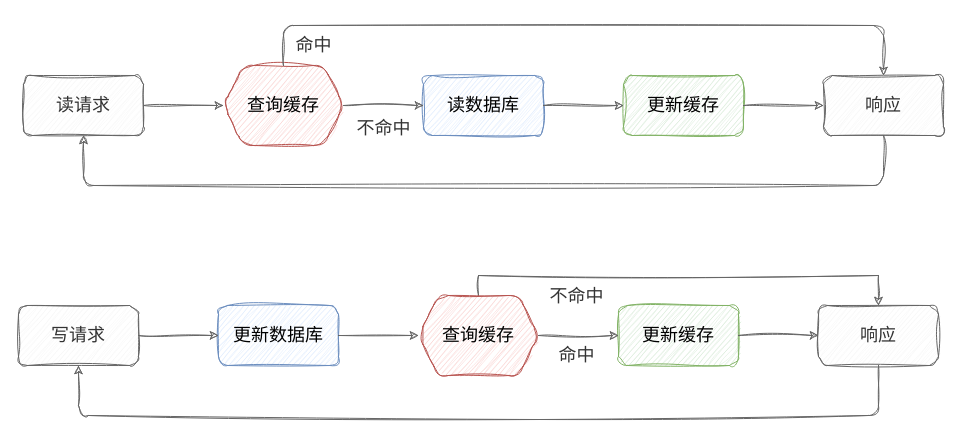
Above: page "Read/Write Through" (2 of 2) of assets/分布式/分布式存储/分布式缓存/缓存策略.drawio in dunwu/waterdrop (draw.io), before the change. Source tidied: cells renumbered, new cells numbered last; positions are measured from the earlier drawing's top-left corner, leaving out a move shared by most shapes. Both pictures are drawn from the tidied source at 100%, with x=0, y=0 at pixel (18, 25).
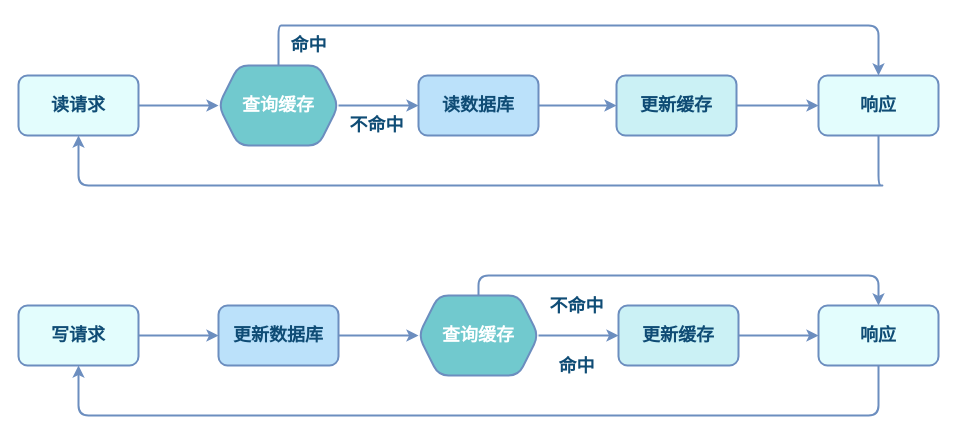
After the change.

Diff of the diagram source:
```diff
@@
-    <mxCell id="2" style="group;" parent="1" vertex="1">
-      <mxGeometry x="5" width="920" height="160" as="geometry" />
-    </mxCell>
-    <mxCell id="3" value="读请求" style="rounded=1;whiteSpace=wrap;html=1;sketch=1;hachureGap=4;jiggle=2;curveFitting=1;fontFamily=Comic Sans MS;fontSize=18;fillColor=#f5f5f5;fontColor=#333333;strokeColor=#666666;" parent="2" vertex="1">
+    <mxCell id="3" value="读请求" style="rounded=1;whiteSpace=wrap;html=1;hachureGap=4;fontFamily=Comic Sans MS;fontSize=18;fillColor=#E3FDFD;fontColor=#0F4C75;strokeColor=#6C8EBF;fontStyle=1;strokeWidth=2;" parent="1" vertex="1">
       <mxGeometry y="50" width="120" height="60" as="geometry" />
     </mxCell>
-    <mxCell id="4" value="查询缓存" style="shape=hexagon;perimeter=hexagonPerimeter2;whiteSpace=wrap;html=1;fixedSize=1;rounded=1;sketch=1;hachureGap=4;jiggle=2;curveFitting=1;strokeColor=#b85450;align=center;verticalAlign=middle;fontFamily=Comic Sans MS;fontSize=18;fillColor=#f8cecc;" parent="2" vertex="1">
+    <mxCell id="4" value="查询缓存" style="shape=hexagon;perimeter=hexagonPerimeter2;whiteSpace=wrap;html=1;fixedSize=1;rounded=1;hachureGap=4;strokeColor=#6C8EBF;align=center;verticalAlign=middle;fontFamily=Comic Sans MS;fontSize=18;fillColor=#71C9CE;fontColor=#FFFFFF;fontStyle=1;strokeWidth=2;" parent="1" vertex="1">
       <mxGeometry x="200" y="40" width="120" height="80" as="geometry" />
     </mxCell>
-    <mxCell id="5" style="edgeStyle=orthogonalEdgeStyle;rounded=0;sketch=1;hachureGap=4;jiggle=2;curveFitting=1;jettySize=auto;html=1;fontFamily=Comic Sans MS;fontSize=18;fontColor=#333333;fillColor=#f5f5f5;strokeColor=#666666;" parent="2" edge="1" source="3" target="4">
+    <mxCell id="5" style="edgeStyle=orthogonalEdgeStyle;rounded=0;hachureGap=4;jettySize=auto;html=1;fontFamily=Comic Sans MS;fontSize=18;fontColor=#0F4C75;fillColor=#f5f5f5;strokeColor=#6C8EBF;fontStyle=1;strokeWidth=2;" parent="1" edge="1" source="3" target="4">
       <mxGeometry relative="1" as="geometry" />
     </mxCell>
-    <mxCell id="6" value="读数据库" style="rounded=1;whiteSpace=wrap;html=1;sketch=1;hachureGap=4;jiggle=2;curveFitting=1;fontFamily=Comic Sans MS;fontSize=18;fillColor=#dae8fc;strokeColor=#6c8ebf;" parent="2" vertex="1">
+    <mxCell id="6" value="读数据库" style="rounded=1;whiteSpace=wrap;html=1;hachureGap=4;fontFamily=Comic Sans MS;fontSize=18;fillColor=#BBE1FA;strokeColor=#6C8EBF;fontColor=#0F4C75;fontStyle=1;strokeWidth=2;" parent="1" vertex="1">
       <mxGeometry x="400" y="50" width="120" height="60" as="geometry" />
     </mxCell>
-    <mxCell id="7" style="edgeStyle=orthogonalEdgeStyle;rounded=0;sketch=1;hachureGap=4;jiggle=2;curveFitting=1;jettySize=auto;html=1;fontFamily=Comic Sans MS;fontSize=18;fontColor=#333333;fillColor=#f5f5f5;strokeColor=#666666;" parent="2" edge="1" source="4" target="6">
+    <mxCell id="7" style="edgeStyle=orthogonalEdgeStyle;rounded=0;hachureGap=4;jettySize=auto;html=1;fontFamily=Comic Sans MS;fontSize=18;fontColor=#0F4C75;fillColor=#f5f5f5;strokeColor=#6C8EBF;fontStyle=1;strokeWidth=2;" parent="1" edge="1" source="4" target="6">
       <mxGeometry relative="1" as="geometry" />
     </mxCell>
-    <mxCell id="8" value="更新缓存" style="rounded=1;whiteSpace=wrap;html=1;sketch=1;hachureGap=4;jiggle=2;curveFitting=1;fontFamily=Comic Sans MS;fontSize=18;fillColor=#d5e8d4;strokeColor=#82b366;" parent="2" vertex="1">
-      <mxGeometry x="600" y="50" width="120" height="60" as="geometry" />
+    <mxCell id="8" value="更新缓存" style="rounded=1;whiteSpace=wrap;html=1;hachureGap=4;fontFamily=Comic Sans MS;fontSize=18;fillColor=#CBF1F5;strokeColor=#6C8EBF;fontColor=#0F4C75;fontStyle=1;strokeWidth=2;" parent="1" vertex="1">
+      <mxGeometry x="598" y="50" width="120" height="60" as="geometry" />
     </mxCell>
-    <mxCell id="9" style="edgeStyle=orthogonalEdgeStyle;rounded=0;sketch=1;hachureGap=4;jiggle=2;curveFitting=1;jettySize=auto;html=1;fontFamily=Comic Sans MS;fontSize=18;fontColor=#333333;fillColor=#f5f5f5;strokeColor=#666666;" parent="2" edge="1" source="6" target="8">
+    <mxCell id="9" style="edgeStyle=orthogonalEdgeStyle;rounded=0;hachureGap=4;jettySize=auto;html=1;fontFamily=Comic Sans MS;fontSize=18;fontColor=#0F4C75;fillColor=#f5f5f5;strokeColor=#6C8EBF;fontStyle=1;strokeWidth=2;" parent="1" edge="1" source="6" target="8">
       <mxGeometry relative="1" as="geometry" />
     </mxCell>
-    <mxCell id="10" style="edgeStyle=orthogonalEdgeStyle;sketch=1;hachureGap=4;jiggle=2;curveFitting=1;jettySize=auto;html=1;entryX=0.5;entryY=1;entryDx=0;entryDy=0;fontFamily=Comic Sans MS;fontSize=18;fontColor=#333333;exitX=0.5;exitY=1;exitDx=0;exitDy=0;fillColor=#f5f5f5;strokeColor=#666666;rounded=1;" parent="2" edge="1" source="11" target="3">
+    <mxCell id="10" style="edgeStyle=orthogonalEdgeStyle;hachureGap=4;jettySize=auto;html=1;entryX=0.5;entryY=1;entryDx=0;entryDy=0;fontFamily=Comic Sans MS;fontSize=18;fontColor=#0F4C75;exitX=0.5;exitY=1;exitDx=0;exitDy=0;fillColor=#f5f5f5;strokeColor=#6C8EBF;rounded=1;fontStyle=1;strokeWidth=2;" parent="1" edge="1" source="11" target="3">
       <mxGeometry relative="1" as="geometry">
         <Array as="points">
-          <mxPoint x="860" y="160" />
-          <mxPoint x="60" y="160" />
+          <mxPoint x="865" y="160" />
+          <mxPoint x="65" y="160" />
         </Array>
       </mxGeometry>
     </mxCell>
-    <mxCell id="11" value="响应" style="rounded=1;whiteSpace=wrap;html=1;sketch=1;hachureGap=4;jiggle=2;curveFitting=1;fontFamily=Comic Sans MS;fontSize=18;fillColor=#f5f5f5;fontColor=#333333;strokeColor=#666666;" parent="2" vertex="1">
+    <mxCell id="11" value="响应" style="rounded=1;whiteSpace=wrap;html=1;hachureGap=4;fontFamily=Comic Sans MS;fontSize=18;fillColor=#E3FDFD;fontColor=#0F4C75;strokeColor=#6C8EBF;fontStyle=1;strokeWidth=2;" parent="1" vertex="1">
       <mxGeometry x="800" y="50" width="120" height="60" as="geometry" />
     </mxCell>
-    <mxCell id="12" style="edgeStyle=orthogonalEdgeStyle;sketch=1;hachureGap=4;jiggle=2;curveFitting=1;jettySize=auto;html=1;exitX=0.5;exitY=0;exitDx=0;exitDy=0;entryX=0.5;entryY=0;entryDx=0;entryDy=0;fontFamily=Comic Sans MS;fontSize=18;fontColor=#333333;fillColor=#f5f5f5;strokeColor=#666666;rounded=1;" parent="2" edge="1" source="4" target="11">
+    <mxCell id="12" style="edgeStyle=orthogonalEdgeStyle;hachureGap=4;jettySize=auto;html=1;exitX=0.5;exitY=0;exitDx=0;exitDy=0;entryX=0.5;entryY=0;entryDx=0;entryDy=0;fontFamily=Comic Sans MS;fontSize=18;fontColor=#0F4C75;fillColor=#f5f5f5;strokeColor=#6C8EBF;rounded=1;fontStyle=1;strokeWidth=2;" parent="1" edge="1" source="4" target="11">
       <mxGeometry relative="1" as="geometry">
         <Array as="points">
-          <mxPoint x="260" />
-          <mxPoint x="860" />
+          <mxPoint x="265" />
+          <mxPoint x="865" />
         </Array>
       </mxGeometry>
     </mxCell>
-    <mxCell id="13" style="edgeStyle=orthogonalEdgeStyle;rounded=0;sketch=1;hachureGap=4;jiggle=2;curveFitting=1;jettySize=auto;html=1;fontFamily=Comic Sans MS;fontSize=18;fontColor=#333333;fillColor=#f5f5f5;strokeColor=#666666;" parent="2" edge="1" source="8" target="11">
+    <mxCell id="13" style="edgeStyle=orthogonalEdgeStyle;rounded=0;hachureGap=4;jettySize=auto;html=1;fontFamily=Comic Sans MS;fontSize=18;fontColor=#0F4C75;fillColor=#f5f5f5;strokeColor=#6C8EBF;fontStyle=1;strokeWidth=2;" parent="1" edge="1" source="8" target="11">
       <mxGeometry relative="1" as="geometry" />
     </mxCell>
-    <mxCell id="14" value="命中" style="text;html=1;align=center;verticalAlign=middle;strokeColor=none;fillColor=none;fontSize=18;fontFamily=Comic Sans MS;fontColor=#333333;" parent="2" vertex="1">
+    <mxCell id="14" value="命中" style="text;html=1;align=center;verticalAlign=middle;strokeColor=none;fillColor=none;fontSize=18;fontFamily=Comic Sans MS;fontColor=#0F4C75;fontStyle=1;" parent="1" vertex="1">
       <mxGeometry x="260" width="60" height="40" as="geometry" />
     </mxCell>
-    <mxCell id="15" value="不命中" style="text;html=1;align=center;verticalAlign=middle;strokeColor=none;fillColor=none;fontSize=18;fontFamily=Comic Sans MS;fontColor=#333333;" parent="2" vertex="1">
-      <mxGeometry x="320" y="83" width="80" height="40" as="geometry" />
+    <mxCell id="15" value="不命中" style="text;html=1;align=center;verticalAlign=middle;strokeColor=none;fillColor=none;fontSize=18;fontFamily=Comic Sans MS;fontColor=#0F4C75;fontStyle=1;" parent="1" vertex="1">
+      <mxGeometry x="318" y="80" width="80" height="40" as="geometry" />
     </mxCell>
-    <mxCell id="16" style="group;" parent="1" vertex="1">
-      <mxGeometry y="251" width="920" height="139" as="geometry" />
-    </mxCell>
-    <mxCell id="17" value="写请求" style="rounded=1;whiteSpace=wrap;html=1;sketch=1;hachureGap=4;jiggle=2;curveFitting=1;fontFamily=Comic Sans MS;fontSize=18;fillColor=#f5f5f5;fontColor=#333333;strokeColor=#666666;" parent="16" vertex="1">
-      <mxGeometry y="29" width="120" height="60" as="geometry" />
+    <mxCell id="17" value="写请求" style="rounded=1;whiteSpace=wrap;html=1;hachureGap=4;fontFamily=Comic Sans MS;fontSize=18;fillColor=#E3FDFD;fontColor=#0F4C75;strokeColor=#6C8EBF;fontStyle=1;strokeWidth=2;" parent="1" vertex="1">
+      <mxGeometry y="280" width="120" height="60" as="geometry" />
     </mxCell>
-    <mxCell id="18" value="更新数据库" style="rounded=1;whiteSpace=wrap;html=1;sketch=1;hachureGap=4;jiggle=2;curveFitting=1;fontFamily=Comic Sans MS;fontSize=18;fillColor=#dae8fc;strokeColor=#6c8ebf;" parent="16" vertex="1">
-      <mxGeometry x="200" y="29" width="120" height="60" as="geometry" />
+    <mxCell id="18" value="更新数据库" style="rounded=1;whiteSpace=wrap;html=1;hachureGap=4;fontFamily=Comic Sans MS;fontSize=18;fillColor=#BBE1FA;strokeColor=#6C8EBF;fontColor=#0F4C75;fontStyle=1;strokeWidth=2;" parent="1" vertex="1">
+      <mxGeometry x="200" y="280" width="120" height="60" as="geometry" />
     </mxCell>
-    <mxCell id="19" style="edgeStyle=orthogonalEdgeStyle;rounded=0;sketch=1;hachureGap=4;jiggle=2;curveFitting=1;jettySize=auto;html=1;entryX=0;entryY=0.5;entryDx=0;entryDy=0;fontFamily=Comic Sans MS;fontSize=18;fontColor=#333333;fillColor=#f5f5f5;strokeColor=#666666;" parent="16" edge="1" source="17" target="18">
+    <mxCell id="19" style="edgeStyle=orthogonalEdgeStyle;rounded=0;hachureGap=4;jettySize=auto;html=1;entryX=0;entryY=0.5;entryDx=0;entryDy=0;fontFamily=Comic Sans MS;fontSize=18;fontColor=#0F4C75;fillColor=#f5f5f5;strokeColor=#6C8EBF;fontStyle=1;strokeWidth=2;" parent="1" edge="1" source="17" target="18">
       <mxGeometry relative="1" as="geometry" />
     </mxCell>
-    <mxCell id="20" value="更新缓存" style="rounded=1;whiteSpace=wrap;html=1;sketch=1;hachureGap=4;jiggle=2;curveFitting=1;fontFamily=Comic Sans MS;fontSize=18;fillColor=#d5e8d4;strokeColor=#82b366;" parent="16" vertex="1">
-      <mxGeometry x="600" y="29" width="120" height="60" as="geometry" />
+    <mxCell id="20" value="更新缓存" style="rounded=1;whiteSpace=wrap;html=1;hachureGap=4;fontFamily=Comic Sans MS;fontSize=18;fillColor=#CBF1F5;strokeColor=#6C8EBF;fontColor=#0F4C75;fontStyle=1;strokeWidth=2;" parent="1" vertex="1">
+      <mxGeometry x="600" y="280" width="120" height="60" as="geometry" />
     </mxCell>
-    <mxCell id="21" style="edgeStyle=orthogonalEdgeStyle;sketch=1;hachureGap=4;jiggle=2;curveFitting=1;jettySize=auto;html=1;entryX=0.5;entryY=1;entryDx=0;entryDy=0;fontFamily=Comic Sans MS;fontSize=18;fontColor=#333333;exitX=0.5;exitY=1;exitDx=0;exitDy=0;fillColor=#f5f5f5;strokeColor=#666666;rounded=1;" parent="16" edge="1" source="22" target="17">
+    <mxCell id="21" style="edgeStyle=orthogonalEdgeStyle;hachureGap=4;jettySize=auto;html=1;entryX=0.5;entryY=1;entryDx=0;entryDy=0;fontFamily=Comic Sans MS;fontSize=18;fontColor=#0F4C75;exitX=0.5;exitY=1;exitDx=0;exitDy=0;fillColor=#f5f5f5;strokeColor=#6C8EBF;rounded=1;fontStyle=1;strokeWidth=2;" parent="1" edge="1" source="22" target="17">
       <mxGeometry relative="1" as="geometry">
         <Array as="points">
-          <mxPoint x="860" y="139" />
-          <mxPoint x="60" y="139" />
+          <mxPoint x="860" y="390" />
+          <mxPoint x="60" y="390" />
         </Array>
       </mxGeometry>
     </mxCell>
-    <mxCell id="22" value="响应" style="rounded=1;whiteSpace=wrap;html=1;sketch=1;hachureGap=4;jiggle=2;curveFitting=1;fontFamily=Comic Sans MS;fontSize=18;fillColor=#f5f5f5;fontColor=#333333;strokeColor=#666666;" parent="16" vertex="1">
-      <mxGeometry x="800" y="29" width="120" height="60" as="geometry" />
+    <mxCell id="22" value="响应" style="rounded=1;whiteSpace=wrap;html=1;hachureGap=4;fontFamily=Comic Sans MS;fontSize=18;fillColor=#E3FDFD;fontColor=#0F4C75;strokeColor=#6C8EBF;fontStyle=1;strokeWidth=2;" parent="1" vertex="1">
+      <mxGeometry x="800" y="280" width="120" height="60" as="geometry" />
     </mxCell>
-    <mxCell id="23" style="edgeStyle=orthogonalEdgeStyle;rounded=0;sketch=1;hachureGap=4;jiggle=2;curveFitting=1;jettySize=auto;html=1;fontFamily=Comic Sans MS;fontSize=18;fontColor=#333333;fillColor=#f5f5f5;strokeColor=#666666;" parent="16" edge="1" source="20" target="22">
+    <mxCell id="23" style="edgeStyle=orthogonalEdgeStyle;rounded=0;hachureGap=4;jettySize=auto;html=1;fontFamily=Comic Sans MS;fontSize=18;fontColor=#0F4C75;fillColor=#f5f5f5;strokeColor=#6C8EBF;fontStyle=1;strokeWidth=2;" parent="1" edge="1" source="20" target="22">
       <mxGeometry relative="1" as="geometry" />
     </mxCell>
-    <mxCell id="24" style="edgeStyle=orthogonalEdgeStyle;rounded=0;sketch=1;hachureGap=4;jiggle=2;curveFitting=1;jettySize=auto;html=1;fontFamily=Comic Sans MS;fontSize=18;fontColor=#333333;fillColor=#f5f5f5;strokeColor=#666666;" parent="16" edge="1" source="26" target="20">
+    <mxCell id="24" style="edgeStyle=orthogonalEdgeStyle;rounded=0;hachureGap=4;jettySize=auto;html=1;fontFamily=Comic Sans MS;fontSize=18;fontColor=#0F4C75;fillColor=#f5f5f5;strokeColor=#6C8EBF;fontStyle=1;strokeWidth=2;" parent="1" edge="1" source="26" target="20">
       <mxGeometry relative="1" as="geometry" />
     </mxCell>
-    <mxCell id="25" style="edgeStyle=orthogonalEdgeStyle;rounded=0;sketch=1;hachureGap=4;jiggle=2;curveFitting=1;jettySize=auto;html=1;exitX=0.5;exitY=0;exitDx=0;exitDy=0;entryX=0.5;entryY=0;entryDx=0;entryDy=0;fontFamily=Comic Sans MS;fontSize=18;fontColor=#333333;fillColor=#f5f5f5;strokeColor=#666666;" parent="16" edge="1" source="26" target="22">
+    <mxCell id="25" style="edgeStyle=orthogonalEdgeStyle;rounded=1;hachureGap=4;jettySize=auto;html=1;exitX=0.5;exitY=0;exitDx=0;exitDy=0;entryX=0.5;entryY=0;entryDx=0;entryDy=0;fontFamily=Comic Sans MS;fontSize=18;fontColor=#0F4C75;fillColor=#f5f5f5;strokeColor=#6C8EBF;fontStyle=1;strokeWidth=2;" parent="1" edge="1" source="26" target="22">
       <mxGeometry relative="1" as="geometry" />
     </mxCell>
-    <mxCell id="26" value="查询缓存" style="shape=hexagon;perimeter=hexagonPerimeter2;whiteSpace=wrap;html=1;fixedSize=1;rounded=1;sketch=1;hachureGap=4;jiggle=2;curveFitting=1;strokeColor=#b85450;align=center;verticalAlign=middle;fontFamily=Comic Sans MS;fontSize=18;fillColor=#f8cecc;" parent="16" vertex="1">
-      <mxGeometry x="400" y="19" width="120" height="80" as="geometry" />
+    <mxCell id="26" value="查询缓存" style="shape=hexagon;perimeter=hexagonPerimeter2;whiteSpace=wrap;html=1;fixedSize=1;rounded=1;hachureGap=4;strokeColor=#6C8EBF;align=center;verticalAlign=middle;fontFamily=Comic Sans MS;fontSize=18;fillColor=#71C9CE;fontColor=#FFFFFF;fontStyle=1;strokeWidth=2;" parent="1" vertex="1">
+      <mxGeometry x="400" y="270" width="120" height="80" as="geometry" />
     </mxCell>
-    <mxCell id="27" style="edgeStyle=orthogonalEdgeStyle;rounded=0;sketch=1;hachureGap=4;jiggle=2;curveFitting=1;jettySize=auto;html=1;fontFamily=Comic Sans MS;fontSize=18;fontColor=#333333;fillColor=#f5f5f5;strokeColor=#666666;" parent="16" edge="1" source="18" target="26">
+    <mxCell id="27" style="edgeStyle=orthogonalEdgeStyle;rounded=0;hachureGap=4;jettySize=auto;html=1;fontFamily=Comic Sans MS;fontSize=18;fontColor=#0F4C75;fillColor=#f5f5f5;strokeColor=#6C8EBF;fontStyle=1;strokeWidth=2;" parent="1" edge="1" source="18" target="26">
       <mxGeometry relative="1" as="geometry" />
     </mxCell>
-    <mxCell id="28" value="命中" style="text;html=1;align=center;verticalAlign=middle;strokeColor=none;fillColor=none;fontSize=18;fontFamily=Comic Sans MS;fontColor=#333333;" parent="16" vertex="1">
-      <mxGeometry x="528" y="59" width="60" height="40" as="geometry" />
+    <mxCell id="28" value="命中" style="text;html=1;align=center;verticalAlign=middle;strokeColor=none;fillColor=none;fontSize=18;fontFamily=Comic Sans MS;fontColor=#0F4C75;fontStyle=1;" parent="1" vertex="1">
+      <mxGeometry x="528" y="321" width="60" height="40" as="geometry" />
     </mxCell>
-    <mxCell id="29" value="不命中" style="text;html=1;align=center;verticalAlign=middle;strokeColor=none;fillColor=none;fontSize=18;fontFamily=Comic Sans MS;fontColor=#333333;" parent="16" vertex="1">
-      <mxGeometry x="518" width="80" height="40" as="geometry" />
+    <mxCell id="29" value="不命中" style="text;html=1;align=center;verticalAlign=middle;strokeColor=none;fillColor=none;fontSize=18;fontFamily=Comic Sans MS;fontColor=#0F4C75;fontStyle=1;" parent="1" vertex="1">
+      <mxGeometry x="518" y="261" width="80" height="40" as="geometry" />
     </mxCell>
```
